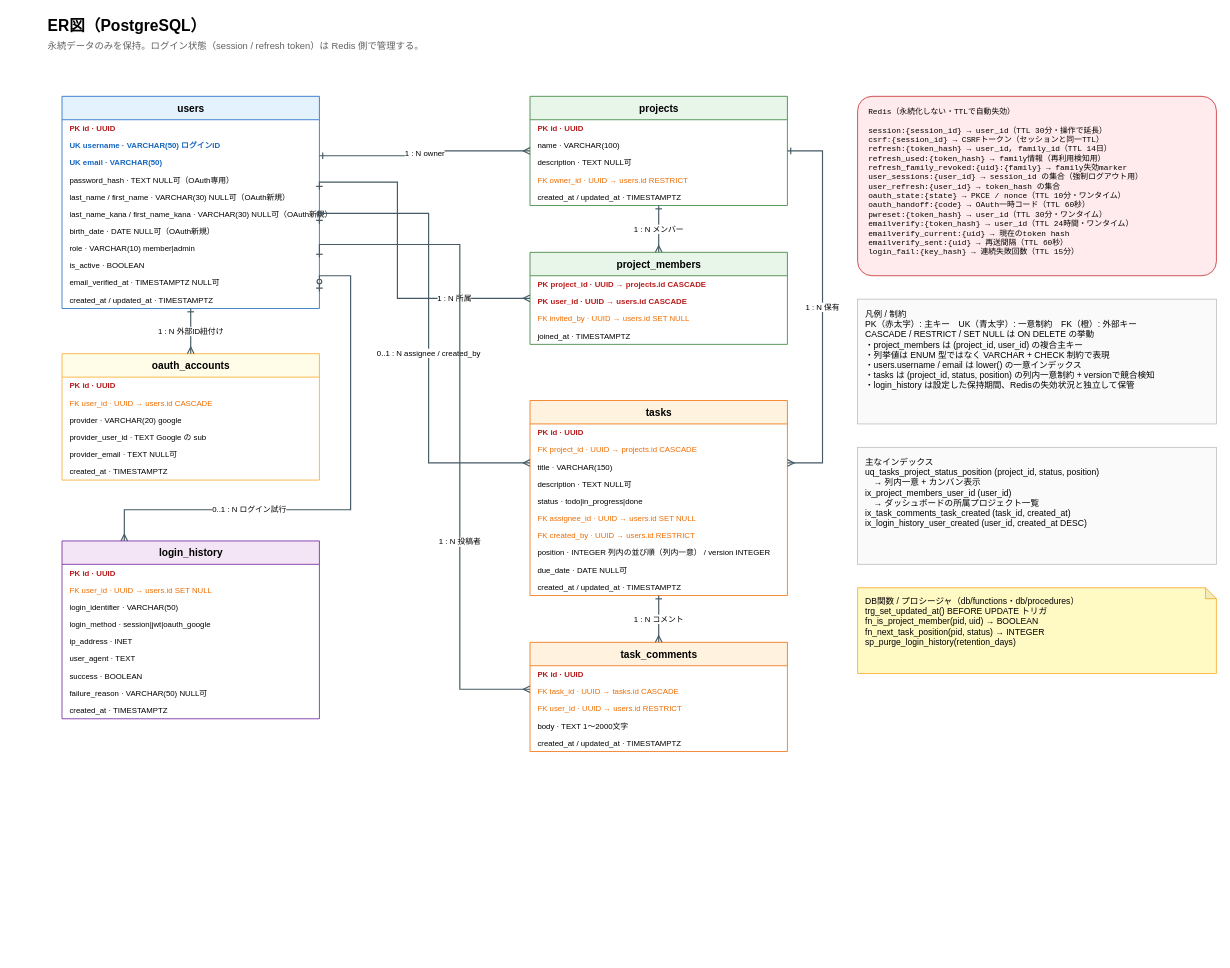
The draw.io diagram basic_design/diagrams/03_er_diagram.drawio in oikawa-d/task_management, before the edit. Source tidied: cells renumbered, new cells numbered last; positions are measured from the earlier drawing's top-left corner, leaving out a move shared by most shapes. Both pictures are drawn from the tidied source at 78%, with x=0, y=0 at pixel (46, 13).
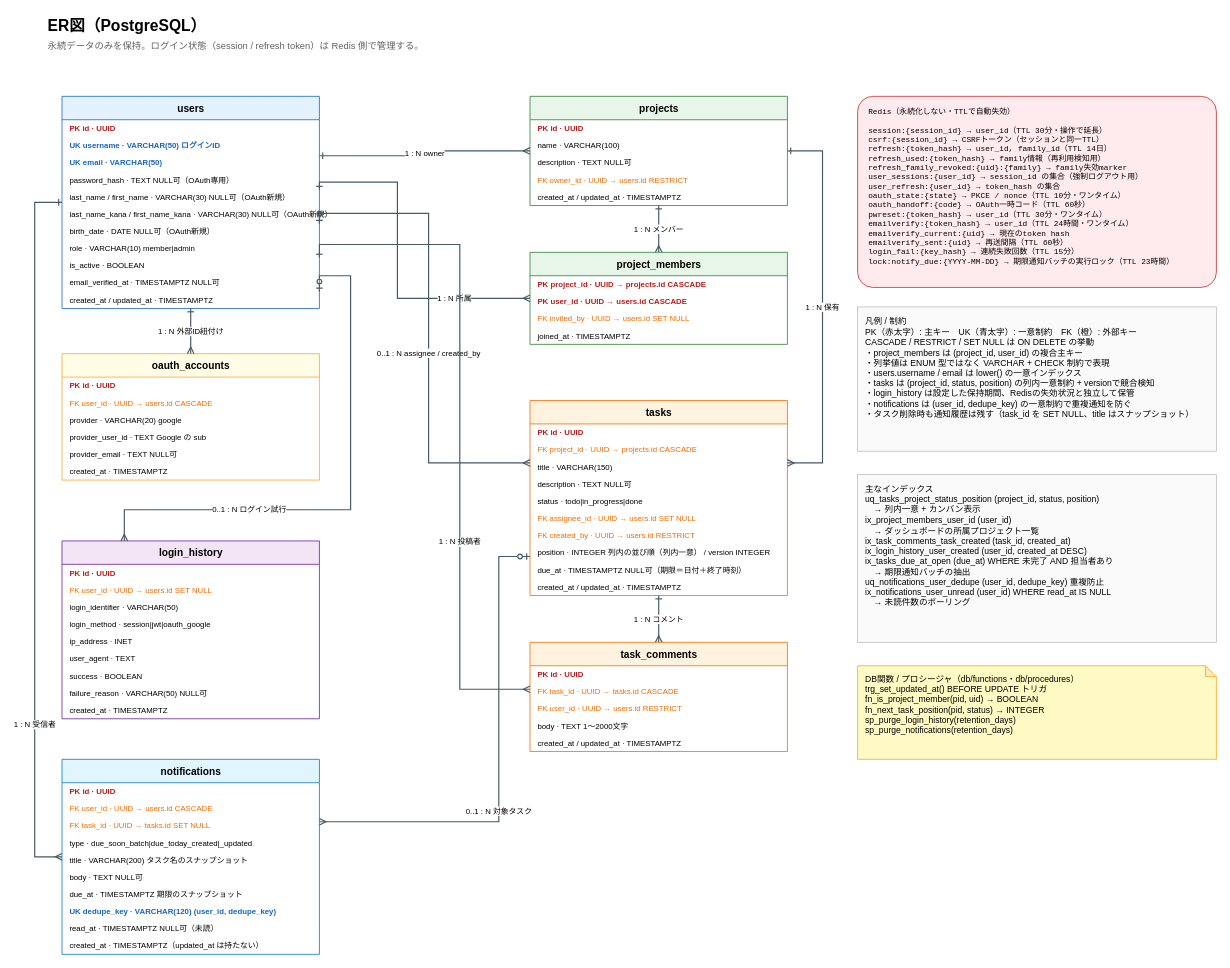
The same page after the edit.

The change refers to these unchanged cells:
```xml
<mxCell id="4" value="users" style="swimlane;html=1;startSize=30;horizontal=1;fillColor=#E3F2FD;strokeColor=#1565C0;fontStyle=1;fontSize=13;swimlaneFillColor=#FFFFFF;" parent="1" vertex="1">
  <mxGeometry x="20" y="106" width="330" height="272" as="geometry" />
</mxCell>
<mxCell id="44" value="tasks" style="swimlane;html=1;startSize=30;horizontal=1;fillColor=#FFF3E0;strokeColor=#EF6C00;fontStyle=1;fontSize=13;swimlaneFillColor=#FFFFFF;" parent="1" vertex="1">
  <mxGeometry x="620" y="496" width="330" height="250" as="geometry" />
</mxCell>
```

The edit, as a diff of the source:
```diff
@@
-    <mxCell id="53" value="due_date   ·   DATE  NULL可" style="text;html=1;strokeColor=none;fillColor=none;align=left;verticalAlign=middle;spacingLeft=8;fontSize=10;" parent="44" vertex="1">
+    <mxCell id="53" value="due_at   ·   TIMESTAMPTZ  NULL可（期限＝日付＋終了時刻）" style="text;html=1;strokeColor=none;fillColor=none;align=left;verticalAlign=middle;spacingLeft=8;fontSize=10;" parent="44" vertex="1">
       <mxGeometry y="206" width="330" height="22" as="geometry" />
     </mxCell>
@@
+    <mxCell id="74" value="notifications" style="swimlane;html=1;startSize=30;horizontal=1;fillColor=#E1F5FE;strokeColor=#0277BD;fontStyle=1;fontSize=13;swimlaneFillColor=#FFFFFF;" parent="1" vertex="1">
+      <mxGeometry x="20" y="956" width="330" height="250" as="geometry" />
+    </mxCell>
+    <mxCell id="75" value="PK  id   ·   UUID" style="text;html=1;strokeColor=none;fillColor=none;align=left;verticalAlign=middle;spacingLeft=8;fontSize=10;fontStyle=1;fontColor=#B71C1C;" parent="74" vertex="1">
+      <mxGeometry y="30" width="330" height="22" as="geometry" />
+    </mxCell>
+    <mxCell id="76" value="FK  user_id   ·   UUID → users.id  CASCADE" style="text;html=1;strokeColor=none;fillColor=none;align=left;verticalAlign=middle;spacingLeft=8;fontSize=10;fontColor=#EF6C00;" parent="74" vertex="1">
+      <mxGeometry y="52" width="330" height="22" as="geometry" />
+    </mxCell>
+    <mxCell id="77" value="FK  task_id   ·   UUID → tasks.id  SET NULL" style="text;html=1;strokeColor=none;fillColor=none;align=left;verticalAlign=middle;spacingLeft=8;fontSize=10;fontColor=#EF6C00;" parent="74" vertex="1">
+      <mxGeometry y="74" width="330" height="22" as="geometry" />
+    </mxCell>
+    <mxCell id="78" value="type   ·   due_soon_batch|due_today_created|_updated" style="text;html=1;strokeColor=none;fillColor=none;align=left;verticalAlign=middle;spacingLeft=8;fontSize=10;" parent="74" vertex="1">
+      <mxGeometry y="96" width="330" height="22" as="geometry" />
+    </mxCell>
+    <mxCell id="79" value="title   ·   VARCHAR(200)  タスク名のスナップショット" style="text;html=1;strokeColor=none;fillColor=none;align=left;verticalAlign=middle;spacingLeft=8;fontSize=10;" parent="74" vertex="1">
+      <mxGeometry y="118" width="330" height="22" as="geometry" />
+    </mxCell>
+    <mxCell id="80" value="body   ·   TEXT  NULL可" style="text;html=1;strokeColor=none;fillColor=none;align=left;verticalAlign=middle;spacingLeft=8;fontSize=10;" parent="74" vertex="1">
+      <mxGeometry y="140" width="330" height="22" as="geometry" />
+    </mxCell>
+    <mxCell id="81" value="due_at   ·   TIMESTAMPTZ  期限のスナップショット" style="text;html=1;strokeColor=none;fillColor=none;align=left;verticalAlign=middle;spacingLeft=8;fontSize=10;" parent="74" vertex="1">
+      <mxGeometry y="162" width="330" height="22" as="geometry" />
+    </mxCell>
+    <mxCell id="82" value="UK  dedupe_key   ·   VARCHAR(120)  (user_id, dedupe_key)" style="text;html=1;strokeColor=none;fillColor=none;align=left;verticalAlign=middle;spacingLeft=8;fontSize=10;fontStyle=1;fontColor=#1565C0;" parent="74" vertex="1">
+      <mxGeometry y="184" width="330" height="22" as="geometry" />
+    </mxCell>
+    <mxCell id="83" value="read_at   ·   TIMESTAMPTZ  NULL可（未読）" style="text;html=1;strokeColor=none;fillColor=none;align=left;verticalAlign=middle;spacingLeft=8;fontSize=10;" parent="74" vertex="1">
+      <mxGeometry y="206" width="330" height="22" as="geometry" />
+    </mxCell>
+    <mxCell id="84" value="created_at   ·   TIMESTAMPTZ（updated_at は持たない）" style="text;html=1;strokeColor=none;fillColor=none;align=left;verticalAlign=middle;spacingLeft=8;fontSize=10;" parent="74" vertex="1">
+      <mxGeometry y="228" width="330" height="22" as="geometry" />
+    </mxCell>
+    <mxCell id="85" value="1 : N  受信者" style="edgeStyle=orthogonalEdgeStyle;rounded=0;html=1;strokeColor=#455A64;strokeWidth=1.5;fontSize=10;labelBackgroundColor=#FFFFFF;startArrow=ERone;startFill=0;endArrow=ERmany;endFill=0;exitX=0;exitY=0.5;exitDx=0;exitDy=0;entryX=0;entryY=0.5;entryDx=0;entryDy=0;" parent="1" edge="1" source="4" target="74">
+      <mxGeometry x="0.55" relative="1" as="geometry">
+        <Array as="points">
+          <mxPoint x="-15" y="242" />
+          <mxPoint x="-15" y="1081" />
+        </Array>
+      </mxGeometry>
+    </mxCell>
+    <mxCell id="86" value="0..1 : N  対象タスク" style="edgeStyle=orthogonalEdgeStyle;rounded=0;html=1;strokeColor=#455A64;strokeWidth=1.5;fontSize=10;labelBackgroundColor=#FFFFFF;startArrow=ERzeroToOne;startFill=0;endArrow=ERmany;endFill=0;exitX=0;exitY=0.8;exitDx=0;exitDy=0;entryX=1;entryY=0.32;entryDx=0;entryDy=0;" parent="1" edge="1" source="44" target="74">
+      <mxGeometry x="0.2" relative="1" as="geometry">
+        <Array as="points">
+          <mxPoint x="580" y="696" />
+          <mxPoint x="580" y="1036" />
+        </Array>
+      </mxGeometry>
+    </mxCell>
-    <mxCell id="70" value="Redis（永続化しない・TTLで自動失効）&lt;br&gt;&lt;br&gt;session:{session_id}        → user_id（TTL 30分・操作で延長）&lt;br&gt;csrf:{session_id}           → CSRFトークン（セッションと同一TTL）&lt;br&gt;refresh:{token_hash}        → user_id, family_id（TTL 14日）&lt;br&gt;refresh_used:{token_hash}  → family情報（再利用検知用）&lt;br&gt;refresh_family_revoked:{uid}:{family} → family失効marker&lt;br&gt;user_sessions:{user_id}     → session_id の集合（強制ログアウト用）&lt;br&gt;user_refresh:{user_id}      → token_hash の集合&lt;br&gt;oauth_state:{state}         → PKCE / nonce（TTL 10分・ワンタイム）&lt;br&gt;oauth_handoff:{code}        → OAuth一時コード（TTL 60秒）&lt;br&gt;pwreset:{token_hash}        → user_id（TTL 30分・ワンタイム）&lt;br&gt;emailverify:{token_hash}    → user_id（TTL 24時間・ワンタイム）&lt;br&gt;emailverify_current:{uid}  → 現在のtoken hash&lt;br&gt;emailverify_sent:{uid}     → 再送間隔（TTL 60秒）&lt;br&gt;login_fail:{key_hash}       → 連続失敗回数（TTL 15分）" style="rounded=1;arcSize=8;whiteSpace=wrap;html=1;fillColor=#FFEBEE;strokeColor=#C62828;align=center;verticalAlign=middle;fontFamily=Helvetica;fontSize=12;align=left;verticalAlign=top;spacingLeft=12;spacingTop=8;fontSize=10;fontFamily=Courier New;" parent="1" vertex="1">
-      <mxGeometry x="1040" y="106" width="460" height="230" as="geometry" />
+    <mxCell id="70" value="Redis（永続化しない・TTLで自動失効）&lt;br&gt;&lt;br&gt;session:{session_id}        → user_id（TTL 30分・操作で延長）&lt;br&gt;csrf:{session_id}           → CSRFトークン（セッションと同一TTL）&lt;br&gt;refresh:{token_hash}        → user_id, family_id（TTL 14日）&lt;br&gt;refresh_used:{token_hash}  → family情報（再利用検知用）&lt;br&gt;refresh_family_revoked:{uid}:{family} → family失効marker&lt;br&gt;user_sessions:{user_id}     → session_id の集合（強制ログアウト用）&lt;br&gt;user_refresh:{user_id}      → token_hash の集合&lt;br&gt;oauth_state:{state}         → PKCE / nonce（TTL 10分・ワンタイム）&lt;br&gt;oauth_handoff:{code}        → OAuth一時コード（TTL 60秒）&lt;br&gt;pwreset:{token_hash}        → user_id（TTL 30分・ワンタイム）&lt;br&gt;emailverify:{token_hash}    → user_id（TTL 24時間・ワンタイム）&lt;br&gt;emailverify_current:{uid}  → 現在のtoken hash&lt;br&gt;emailverify_sent:{uid}     → 再送間隔（TTL 60秒）&lt;br&gt;login_fail:{key_hash}       → 連続失敗回数（TTL 15分）&lt;br&gt;lock:notify_due:{YYYY-MM-DD} → 期限通知バッチの実行ロック（TTL 23時間）" style="rounded=1;arcSize=8;whiteSpace=wrap;html=1;fillColor=#FFEBEE;strokeColor=#C62828;align=center;verticalAlign=middle;fontFamily=Helvetica;fontSize=12;align=left;verticalAlign=top;spacingLeft=12;spacingTop=8;fontSize=10;fontFamily=Courier New;" parent="1" vertex="1">
+      <mxGeometry x="1040" y="106" width="460" height="245" as="geometry" />
     </mxCell>
-    <mxCell id="71" value="凡例 / 制約&lt;br&gt;PK（赤太字）: 主キー　UK（青太字）: 一意制約　FK（橙）: 外部キー&lt;br&gt;CASCADE / RESTRICT / SET NULL は ON DELETE の挙動&lt;br&gt;・project_members は (project_id, user_id) の複合主キー&lt;br&gt;・列挙値は ENUM 型ではなく VARCHAR + CHECK 制約で表現&lt;br&gt;・users.username / email は lower() の一意インデックス&lt;br&gt;・tasks は (project_id, status, position) の列内一意制約 + versionで競合検知&lt;br&gt;・login_history は設定した保持期間、Redisの失効状況と独立して保管" style="rounded=0;whiteSpace=wrap;html=1;fillColor=#FAFAFA;strokeColor=#BDBDBD;align=left;verticalAlign=top;spacingLeft=8;spacingTop=6;fontSize=11;" parent="1" vertex="1">
-      <mxGeometry x="1040" y="366" width="460" height="160" as="geometry" />
+    <mxCell id="71" value="凡例 / 制約&lt;br&gt;PK（赤太字）: 主キー　UK（青太字）: 一意制約　FK（橙）: 外部キー&lt;br&gt;CASCADE / RESTRICT / SET NULL は ON DELETE の挙動&lt;br&gt;・project_members は (project_id, user_id) の複合主キー&lt;br&gt;・列挙値は ENUM 型ではなく VARCHAR + CHECK 制約で表現&lt;br&gt;・users.username / email は lower() の一意インデックス&lt;br&gt;・tasks は (project_id, status, position) の列内一意制約 + versionで競合検知&lt;br&gt;・login_history は設定した保持期間、Redisの失効状況と独立して保管&lt;br&gt;・notifications は (user_id, dedupe_key) の一意制約で重複通知を防ぐ&lt;br&gt;・タスク削除時も通知履歴は残す（task_id を SET NULL、title はスナップショット）" style="rounded=0;whiteSpace=wrap;html=1;fillColor=#FAFAFA;strokeColor=#BDBDBD;align=left;verticalAlign=top;spacingLeft=8;spacingTop=6;fontSize=11;" parent="1" vertex="1">
+      <mxGeometry x="1040" y="376" width="460" height="185" as="geometry" />
     </mxCell>
-    <mxCell id="72" value="主なインデックス&lt;br&gt;uq_tasks_project_status_position (project_id, status, position)&lt;br&gt;　→ 列内一意 + カンバン表示&lt;br&gt;ix_project_members_user_id (user_id)&lt;br&gt;　→ ダッシュボードの所属プロジェクト一覧&lt;br&gt;ix_task_comments_task_created (task_id, created_at)&lt;br&gt;ix_login_history_user_created (user_id, created_at DESC)" style="rounded=0;whiteSpace=wrap;html=1;fillColor=#FAFAFA;strokeColor=#BDBDBD;align=left;verticalAlign=top;spacingLeft=8;spacingTop=6;fontSize=11;" parent="1" vertex="1">
-      <mxGeometry x="1040" y="556" width="460" height="150" as="geometry" />
+    <mxCell id="72" value="主なインデックス&lt;br&gt;uq_tasks_project_status_position (project_id, status, position)&lt;br&gt;　→ 列内一意 + カンバン表示&lt;br&gt;ix_project_members_user_id (user_id)&lt;br&gt;　→ ダッシュボードの所属プロジェクト一覧&lt;br&gt;ix_task_comments_task_created (task_id, created_at)&lt;br&gt;ix_login_history_user_created (user_id, created_at DESC)&lt;br&gt;ix_tasks_due_at_open (due_at) WHERE 未完了 AND 担当者あり&lt;br&gt;　→ 期限通知バッチの抽出&lt;br&gt;uq_notifications_user_dedupe (user_id, dedupe_key)  重複防止&lt;br&gt;ix_notifications_user_unread (user_id) WHERE read_at IS NULL&lt;br&gt;　→ 未読件数のポーリング" style="rounded=0;whiteSpace=wrap;html=1;fillColor=#FAFAFA;strokeColor=#BDBDBD;align=left;verticalAlign=top;spacingLeft=8;spacingTop=6;fontSize=11;" parent="1" vertex="1">
+      <mxGeometry x="1040" y="591" width="460" height="215" as="geometry" />
     </mxCell>
-    <mxCell id="73" value="DB関数 / プロシージャ（db/functions・db/procedures）&lt;br&gt;trg_set_updated_at()        BEFORE UPDATE トリガ&lt;br&gt;fn_is_project_member(pid, uid) → BOOLEAN&lt;br&gt;fn_next_task_position(pid, status) → INTEGER&lt;br&gt;sp_purge_login_history(retention_days)" style="shape=note;whiteSpace=wrap;html=1;backgroundOutline=1;darkOpacity=0.05;fillColor=#FFF9C4;strokeColor=#F9A825;align=left;verticalAlign=top;spacingLeft=8;spacingTop=4;size=14;fontSize=11;" parent="1" vertex="1">
-      <mxGeometry x="1040" y="736" width="460" height="110" as="geometry" />
+    <mxCell id="73" value="DB関数 / プロシージャ（db/functions・db/procedures）&lt;br&gt;trg_set_updated_at()        BEFORE UPDATE トリガ&lt;br&gt;fn_is_project_member(pid, uid) → BOOLEAN&lt;br&gt;fn_next_task_position(pid, status) → INTEGER&lt;br&gt;sp_purge_login_history(retention_days)&lt;br&gt;sp_purge_notifications(retention_days)" style="shape=note;whiteSpace=wrap;html=1;backgroundOutline=1;darkOpacity=0.05;fillColor=#FFF9C4;strokeColor=#F9A825;align=left;verticalAlign=top;spacingLeft=8;spacingTop=4;size=14;fontSize=11;" parent="1" vertex="1">
+      <mxGeometry x="1040" y="836" width="460" height="120" as="geometry" />
     </mxCell>
```
